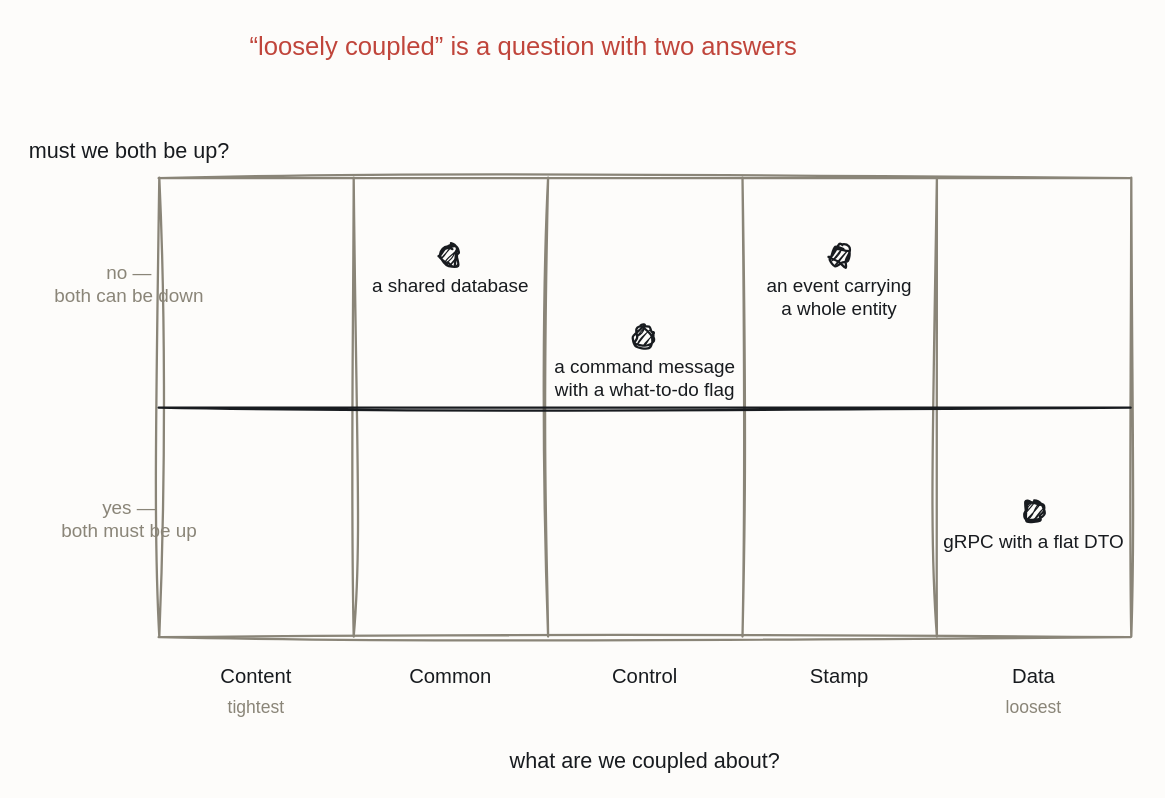
The draw.io diagram resources/grid-coupling.drawio in iancooper/practical-messaging, before the edit. Source tidied: cells renumbered, new cells numbered last; positions are measured from the earlier drawing's top-left corner, leaving out a move shared by most shapes. Both pictures are drawn from the tidied source at 135%, with x=0, y=0 at pixel (47, 23).
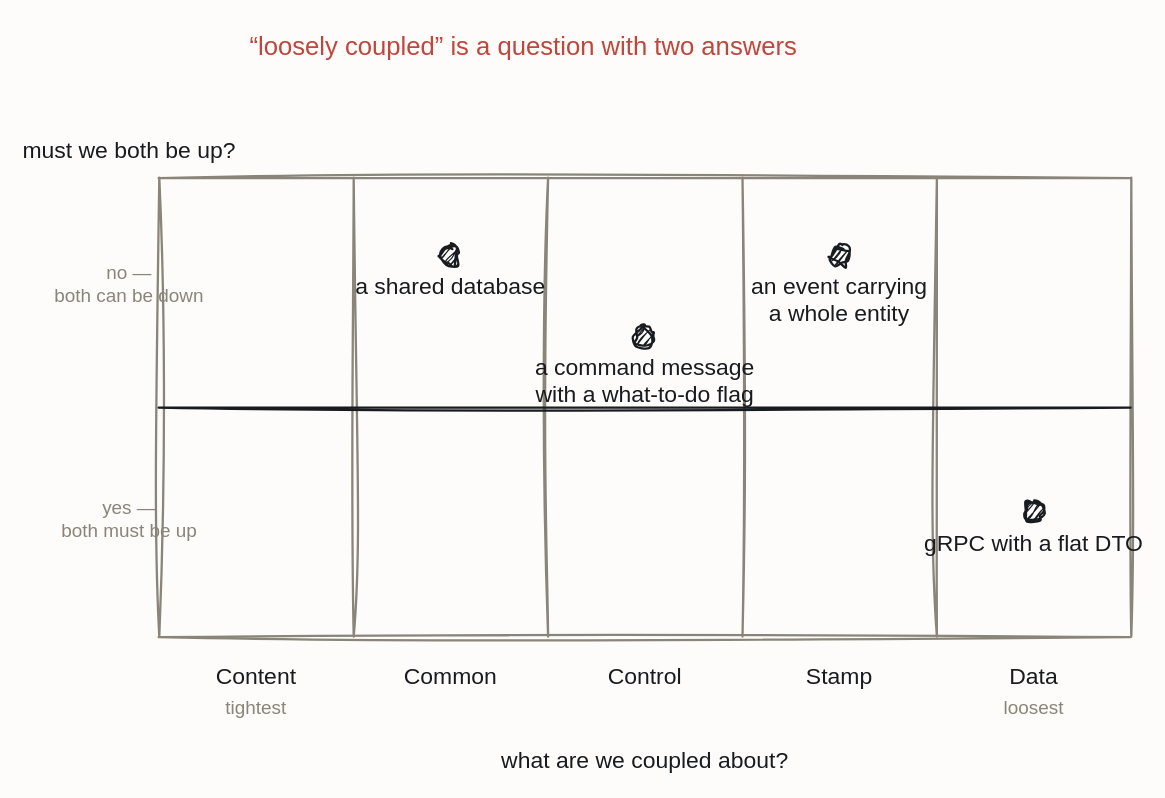
After the change.

Diff of the diagram source:
```diff
@@
-    <mxCell id="11" value="must we both be up?" style="text;html=1;align=center;fontFamily=Caveat;fontSize=16;fontColor=#181B1F;" parent="1" vertex="1">
+    <mxCell id="11" value="must we both be up?" style="text;html=1;align=center;fontFamily=Caveat;fontSize=17;fontColor=#181B1F;" parent="1" vertex="1">
       <mxGeometry y="78" width="120" height="20" as="geometry" />
     </mxCell>
@@
-    <mxCell id="14" value="Content" style="text;html=1;align=center;fontFamily=Caveat;fontSize=15;fontColor=#181B1F;" parent="1" vertex="1">
+    <mxCell id="14" value="Content" style="text;html=1;align=center;fontFamily=Caveat;fontSize=17;fontColor=#181B1F;" parent="1" vertex="1">
       <mxGeometry x="94" y="468" width="120" height="20" as="geometry" />
     </mxCell>
-    <mxCell id="15" value="Common" style="text;html=1;align=center;fontFamily=Caveat;fontSize=15;fontColor=#181B1F;" parent="1" vertex="1">
+    <mxCell id="15" value="Common" style="text;html=1;align=center;fontFamily=Caveat;fontSize=17;fontColor=#181B1F;" parent="1" vertex="1">
       <mxGeometry x="238" y="468" width="120" height="20" as="geometry" />
     </mxCell>
-    <mxCell id="16" value="Control" style="text;html=1;align=center;fontFamily=Caveat;fontSize=15;fontColor=#181B1F;" parent="1" vertex="1">
+    <mxCell id="16" value="Control" style="text;html=1;align=center;fontFamily=Caveat;fontSize=17;fontColor=#181B1F;" parent="1" vertex="1">
       <mxGeometry x="382" y="468" width="120" height="20" as="geometry" />
     </mxCell>
-    <mxCell id="17" value="Stamp" style="text;html=1;align=center;fontFamily=Caveat;fontSize=15;fontColor=#181B1F;" parent="1" vertex="1">
+    <mxCell id="17" value="Stamp" style="text;html=1;align=center;fontFamily=Caveat;fontSize=17;fontColor=#181B1F;" parent="1" vertex="1">
       <mxGeometry x="526" y="468" width="120" height="20" as="geometry" />
     </mxCell>
-    <mxCell id="18" value="Data" style="text;html=1;align=center;fontFamily=Caveat;fontSize=15;fontColor=#181B1F;" parent="1" vertex="1">
+    <mxCell id="18" value="Data" style="text;html=1;align=center;fontFamily=Caveat;fontSize=17;fontColor=#181B1F;" parent="1" vertex="1">
       <mxGeometry x="670" y="468" width="120" height="20" as="geometry" />
     </mxCell>
-    <mxCell id="19" value="tightest" style="text;html=1;align=center;fontFamily=Caveat;fontSize=13;fontColor=#8A8578;" parent="1" vertex="1">
+    <mxCell id="19" value="tightest" style="text;html=1;align=center;fontFamily=Caveat;fontSize=14;fontColor=#8A8578;" parent="1" vertex="1">
       <mxGeometry x="94" y="492" width="120" height="20" as="geometry" />
     </mxCell>
-    <mxCell id="20" value="loosest" style="text;html=1;align=center;fontFamily=Caveat;fontSize=13;fontColor=#8A8578;" parent="1" vertex="1">
+    <mxCell id="20" value="loosest" style="text;html=1;align=center;fontFamily=Caveat;fontSize=14;fontColor=#8A8578;" parent="1" vertex="1">
       <mxGeometry x="670" y="492" width="120" height="20" as="geometry" />
     </mxCell>
-    <mxCell id="21" value="what are we coupled about?" style="text;html=1;align=center;fontFamily=Caveat;fontSize=16;fontColor=#181B1F;" parent="1" vertex="1">
+    <mxCell id="21" value="what are we coupled about?" style="text;html=1;align=center;fontFamily=Caveat;fontSize=17;fontColor=#181B1F;" parent="1" vertex="1">
       <mxGeometry x="382" y="530" width="120" height="20" as="geometry" />
     </mxCell>
@@
-    <mxCell id="23" value="a shared database" style="sketch=1;hachureGap=4;jiggle=2;curveFitting=1;fontFamily=Caveat;html=1;ellipse;verticalLabelPosition=bottom;verticalAlign=top;strokeColor=#181B1F;strokeWidth=1.7;fillColor=#181B1F;fontColor=#181B1F;fontSize=14;" parent="1" vertex="1">
+    <mxCell id="23" value="a shared database" style="sketch=1;hachureGap=4;jiggle=2;curveFitting=1;fontFamily=Caveat;html=1;ellipse;verticalLabelPosition=bottom;verticalAlign=top;strokeColor=#181B1F;strokeWidth=1.7;fillColor=#181B1F;fontColor=#181B1F;fontSize=17;" parent="1" vertex="1">
       <mxGeometry x="291" y="165" width="14" height="14" as="geometry" />
     </mxCell>
-    <mxCell id="24" value="an event carrying&#10;a whole entity" style="sketch=1;hachureGap=4;jiggle=2;curveFitting=1;fontFamily=Caveat;html=1;ellipse;verticalLabelPosition=bottom;verticalAlign=top;strokeColor=#181B1F;strokeWidth=1.7;fillColor=#181B1F;fontColor=#181B1F;fontSize=14;" parent="1" vertex="1">
+    <mxCell id="24" value="an event carrying&#10;a whole entity" style="sketch=1;hachureGap=4;jiggle=2;curveFitting=1;fontFamily=Caveat;html=1;ellipse;verticalLabelPosition=bottom;verticalAlign=top;strokeColor=#181B1F;strokeWidth=1.7;fillColor=#181B1F;fontColor=#181B1F;fontSize=17;" parent="1" vertex="1">
       <mxGeometry x="579" y="165" width="14" height="14" as="geometry" />
     </mxCell>
-    <mxCell id="25" value="a command message&#10;with a what-to-do flag" style="sketch=1;hachureGap=4;jiggle=2;curveFitting=1;fontFamily=Caveat;html=1;ellipse;verticalLabelPosition=bottom;verticalAlign=top;strokeColor=#181B1F;strokeWidth=1.7;fillColor=#181B1F;fontColor=#181B1F;fontSize=14;" parent="1" vertex="1">
+    <mxCell id="25" value="a command message&#10;with a what-to-do flag" style="sketch=1;hachureGap=4;jiggle=2;curveFitting=1;fontFamily=Caveat;html=1;ellipse;verticalLabelPosition=bottom;verticalAlign=top;strokeColor=#181B1F;strokeWidth=1.7;fillColor=#181B1F;fontColor=#181B1F;fontSize=17;" parent="1" vertex="1">
       <mxGeometry x="435" y="225" width="14" height="14" as="geometry" />
     </mxCell>
-    <mxCell id="26" value="gRPC with a flat DTO" style="sketch=1;hachureGap=4;jiggle=2;curveFitting=1;fontFamily=Caveat;html=1;ellipse;verticalLabelPosition=bottom;verticalAlign=top;strokeColor=#181B1F;strokeWidth=1.7;fillColor=#181B1F;fontColor=#181B1F;fontSize=14;" parent="1" vertex="1">
+    <mxCell id="26" value="gRPC with a flat DTO" style="sketch=1;hachureGap=4;jiggle=2;curveFitting=1;fontFamily=Caveat;html=1;ellipse;verticalLabelPosition=bottom;verticalAlign=top;strokeColor=#181B1F;strokeWidth=1.7;fillColor=#181B1F;fontColor=#181B1F;fontSize=17;" parent="1" vertex="1">
       <mxGeometry x="723" y="355" width="14" height="14" as="geometry" />
     </mxCell>
```
